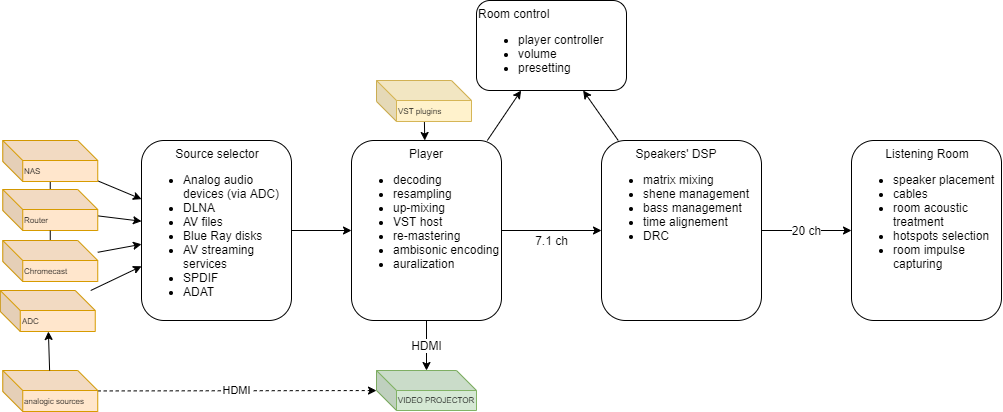
This is images/functional-view.png from ecow/liroma, a draw.io export, as it was before one commit. Source tidied: cells renumbered, new cells last; positions are measured from the earlier drawing's top-left corner, leaving out a move shared by most shapes.
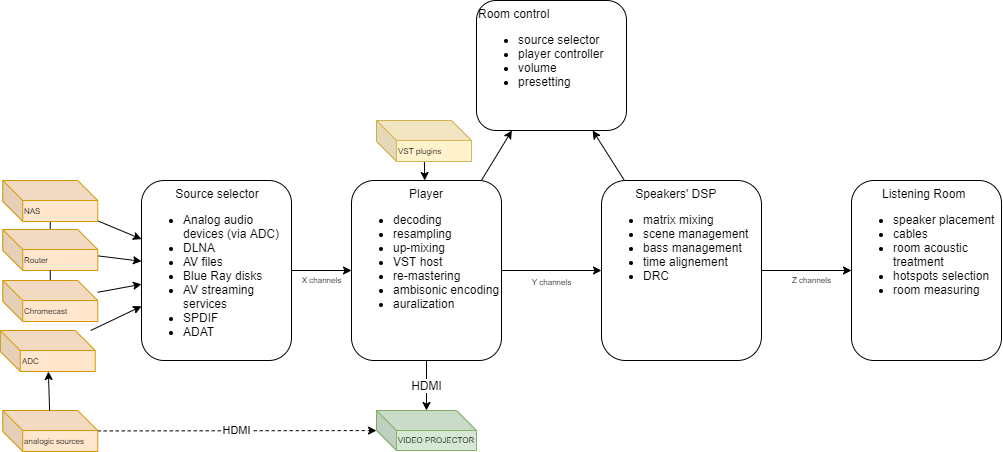
Later version of the same file.

Diff of the diagram source:
```diff
@@ -8,7 +8,7 @@
     <mxCell id="3" value="analogic sources" style="shape=cube;whiteSpace=wrap;html=1;boundedLbl=1;backgroundOutline=1;darkOpacity=0.05;darkOpacity2=0.1;sketch=0;fontSize=8;align=left;verticalAlign=top;fillColor=#ffe6cc;strokeColor=#d79b00;" parent="1" vertex="1">
       <mxGeometry x="2.2" y="370" width="95" height="41" as="geometry" />
     </mxCell>
-    <mxCell id="4" value="7.1 ch" style="edgeStyle=none;rounded=0;sketch=0;jettySize=auto;html=1;fontSize=12;startArrow=none;startFill=0;endArrow=classic;endFill=1;startSize=6;endSize=6;strokeWidth=1;" parent="1" edge="1" source="7" target="10">
+    <mxCell id="4" value="&lt;font style=&quot;font-size: 8px&quot;&gt;Y channels&lt;/font&gt;" style="edgeStyle=none;rounded=0;sketch=0;jettySize=auto;html=1;fontSize=12;startArrow=none;startFill=0;endArrow=classic;endFill=1;startSize=6;endSize=6;strokeWidth=1;" parent="1" edge="1" source="7" target="10">
       <mxGeometry y="-10" relative="1" as="geometry" />
     </mxCell>
     <mxCell id="5" value="HDMI" style="edgeStyle=none;rounded=0;sketch=0;jettySize=auto;html=1;fontSize=12;startArrow=none;startFill=0;endArrow=classic;endFill=1;startSize=6;endSize=6;strokeWidth=1;" parent="1" edge="1" source="7" target="14">
@@ -20,20 +20,20 @@
     <mxCell id="7" value="&lt;div style=&quot;text-align: center&quot;&gt;&lt;span&gt;Player&lt;/span&gt;&lt;/div&gt;&lt;ul&gt;&lt;li&gt;decoding&lt;/li&gt;&lt;li&gt;resampling&lt;/li&gt;&lt;li&gt;up-mixing&lt;/li&gt;&lt;li&gt;VST host&lt;/li&gt;&lt;li&gt;re-mastering&lt;/li&gt;&lt;li&gt;ambisonic encoding&lt;/li&gt;&lt;li&gt;auralization&lt;/li&gt;&lt;/ul&gt;" style="rounded=1;whiteSpace=wrap;html=1;sketch=0;fontSize=12;align=left;verticalAlign=top;" parent="1" vertex="1">
       <mxGeometry x="351" y="140" width="150" height="180" as="geometry" />
     </mxCell>
-    <mxCell id="8" value="20 ch" style="edgeStyle=none;rounded=0;sketch=0;jettySize=auto;html=1;fontSize=12;startArrow=none;startFill=0;endArrow=classic;endFill=1;startSize=6;endSize=6;strokeWidth=1;" parent="1" edge="1" source="10" target="23">
-      <mxGeometry relative="1" as="geometry" />
+    <mxCell id="8" value="Z channels" style="edgeStyle=none;rounded=0;sketch=0;jettySize=auto;html=1;fontSize=8;startArrow=none;startFill=0;endArrow=classic;endFill=1;startSize=6;endSize=6;strokeWidth=1;" parent="1" edge="1" source="10" target="23">
+      <mxGeometry x="0.11" y="-10" relative="1" as="geometry" />
     </mxCell>
     <mxCell id="9" style="edgeStyle=none;rounded=0;sketch=0;jettySize=auto;html=1;fontSize=12;startArrow=none;startFill=0;endArrow=classic;endFill=1;startSize=6;endSize=6;strokeColor=#000000;strokeWidth=1;" parent="1" edge="1" source="10" target="11">
       <mxGeometry relative="1" as="geometry" />
     </mxCell>
-    <mxCell id="10" value="&lt;div style=&quot;text-align: center&quot;&gt;&lt;span&gt;Speakers' DSP&lt;/span&gt;&lt;/div&gt;&lt;ul&gt;&lt;li&gt;&lt;span&gt;matrix mixing&lt;/span&gt;&lt;/li&gt;&lt;li&gt;&lt;span&gt;shene management&lt;/span&gt;&lt;/li&gt;&lt;li&gt;&lt;span&gt;bass management&lt;/span&gt;&lt;br&gt;&lt;/li&gt;&lt;li&gt;time alignement&lt;/li&gt;&lt;li&gt;DRC&lt;/li&gt;&lt;/ul&gt;" style="rounded=1;whiteSpace=wrap;html=1;sketch=0;fontSize=12;align=left;verticalAlign=top;" parent="1" vertex="1">
+    <mxCell id="10" value="&lt;div style=&quot;text-align: center&quot;&gt;&lt;span&gt;Speakers' DSP&lt;/span&gt;&lt;/div&gt;&lt;ul&gt;&lt;li&gt;&lt;span&gt;matrix mixing&lt;/span&gt;&lt;/li&gt;&lt;li&gt;&lt;span&gt;scene management&lt;/span&gt;&lt;/li&gt;&lt;li&gt;&lt;span&gt;bass management&lt;/span&gt;&lt;br&gt;&lt;/li&gt;&lt;li&gt;time alignement&lt;/li&gt;&lt;li&gt;DRC&lt;/li&gt;&lt;/ul&gt;" style="rounded=1;whiteSpace=wrap;html=1;sketch=0;fontSize=12;align=left;verticalAlign=top;" parent="1" vertex="1">
       <mxGeometry x="601" y="140" width="160" height="180" as="geometry" />
     </mxCell>
-    <mxCell id="11" value="Room control&lt;br&gt;&lt;ul&gt;&lt;li&gt;player controller&lt;/li&gt;&lt;li&gt;volume&lt;/li&gt;&lt;li&gt;presetting&lt;/li&gt;&lt;/ul&gt;" style="rounded=1;whiteSpace=wrap;html=1;sketch=0;fontSize=12;align=left;verticalAlign=top;" parent="1" vertex="1">
-      <mxGeometry x="476" width="150" height="90" as="geometry" />
+    <mxCell id="11" value="Room control&lt;br&gt;&lt;ul&gt;&lt;li&gt;source selector&lt;/li&gt;&lt;li&gt;player controller&lt;/li&gt;&lt;li&gt;volume&lt;/li&gt;&lt;li&gt;presetting&lt;/li&gt;&lt;/ul&gt;" style="rounded=1;whiteSpace=wrap;html=1;sketch=0;fontSize=12;align=left;verticalAlign=top;" parent="1" vertex="1">
+      <mxGeometry x="476" y="-40" width="150" height="130" as="geometry" />
     </mxCell>
-    <mxCell id="12" style="edgeStyle=none;rounded=0;sketch=0;jettySize=auto;html=1;fontSize=12;startArrow=none;startFill=0;endArrow=classic;endFill=1;startSize=6;endSize=6;strokeColor=#000000;strokeWidth=1;" parent="1" edge="1" source="13" target="7">
-      <mxGeometry relative="1" as="geometry" />
+    <mxCell id="12" value="X channels" style="edgeStyle=none;rounded=0;sketch=0;jettySize=auto;html=1;fontSize=8;startArrow=none;startFill=0;endArrow=classic;endFill=1;startSize=6;endSize=6;strokeColor=#000000;strokeWidth=1;" parent="1" edge="1" source="13" target="7">
+      <mxGeometry y="-10" relative="1" as="geometry" />
     </mxCell>
     <mxCell id="13" value="&lt;div style=&quot;text-align: center&quot;&gt;&lt;span&gt;Source selector&lt;/span&gt;&lt;/div&gt;&lt;ul&gt;&lt;li&gt;Analog audio&amp;nbsp; devices (via ADC)&lt;/li&gt;&lt;li&gt;DLNA&lt;/li&gt;&lt;li&gt;AV files&lt;/li&gt;&lt;li&gt;Blue Ray disks&lt;/li&gt;&lt;li&gt;AV streaming services&lt;/li&gt;&lt;li&gt;SPDIF&lt;/li&gt;&lt;li&gt;ADAT&lt;/li&gt;&lt;/ul&gt;" style="rounded=1;whiteSpace=wrap;html=1;sketch=0;fontSize=12;align=left;verticalAlign=top;" parent="1" vertex="1">
       <mxGeometry x="141" y="140" width="150" height="180" as="geometry" />
@@ -65,7 +65,7 @@
     <mxCell id="22" value="Chromecast" style="shape=cube;whiteSpace=wrap;html=1;boundedLbl=1;backgroundOutline=1;darkOpacity=0.05;darkOpacity2=0.1;sketch=0;fontSize=8;align=left;verticalAlign=top;fillColor=#ffe6cc;strokeColor=#d79b00;" parent="1" vertex="1">
       <mxGeometry x="2.2" y="240" width="95" height="41" as="geometry" />
     </mxCell>
-    <mxCell id="23" value="&lt;div style=&quot;text-align: center&quot;&gt;&lt;span&gt;Listening Room&lt;/span&gt;&lt;/div&gt;&lt;ul&gt;&lt;li&gt;speaker placement&lt;/li&gt;&lt;li&gt;cables&lt;/li&gt;&lt;li&gt;&lt;span style=&quot;text-align: center&quot;&gt;room acoustic&lt;/span&gt;&lt;br style=&quot;text-align: center&quot;&gt;&lt;span style=&quot;text-align: center&quot;&gt;treatment&lt;/span&gt;&lt;br&gt;&lt;/li&gt;&lt;li&gt;hotspots selection&lt;/li&gt;&lt;li&gt;room impulse capturing&lt;/li&gt;&lt;/ul&gt;" style="rounded=1;whiteSpace=wrap;html=1;sketch=0;fontSize=12;align=left;verticalAlign=top;" parent="1" vertex="1">
+    <mxCell id="23" value="&lt;div style=&quot;text-align: center&quot;&gt;&lt;span&gt;Listening Room&lt;/span&gt;&lt;/div&gt;&lt;ul&gt;&lt;li&gt;speaker placement&lt;/li&gt;&lt;li&gt;cables&lt;/li&gt;&lt;li&gt;&lt;span style=&quot;text-align: center&quot;&gt;room acoustic&lt;/span&gt;&lt;br style=&quot;text-align: center&quot;&gt;&lt;span style=&quot;text-align: center&quot;&gt;treatment&lt;/span&gt;&lt;br&gt;&lt;/li&gt;&lt;li&gt;hotspots selection&lt;/li&gt;&lt;li&gt;room measuring&lt;/li&gt;&lt;/ul&gt;" style="rounded=1;whiteSpace=wrap;html=1;sketch=0;fontSize=12;align=left;verticalAlign=top;" parent="1" vertex="1">
       <mxGeometry x="851" y="140" width="150" height="180" as="geometry" />
     </mxCell>
     <mxCell id="24" style="edgeStyle=none;rounded=0;sketch=0;jettySize=auto;html=1;fontSize=8;startArrow=none;startFill=0;endArrow=classic;endFill=1;startSize=6;endSize=6;strokeColor=#000000;strokeWidth=1;" parent="1" edge="1" source="26" target="13">
```
